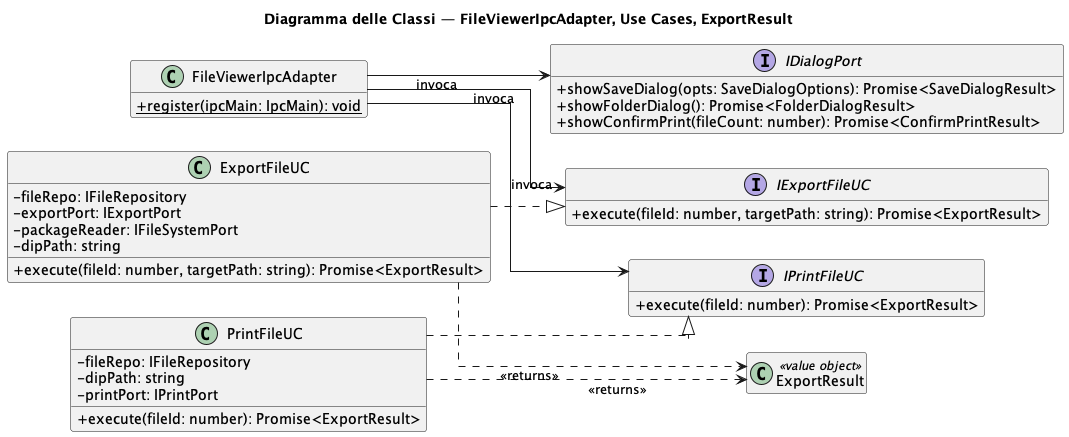
Earlier version of the PlantUML export out/3_PB/DocumentiEsterni/DiagrammiSpecificaTecnica/C4/C4_backend_Export/Export_IPC_Part1.png (7-ZPUs/Docs).
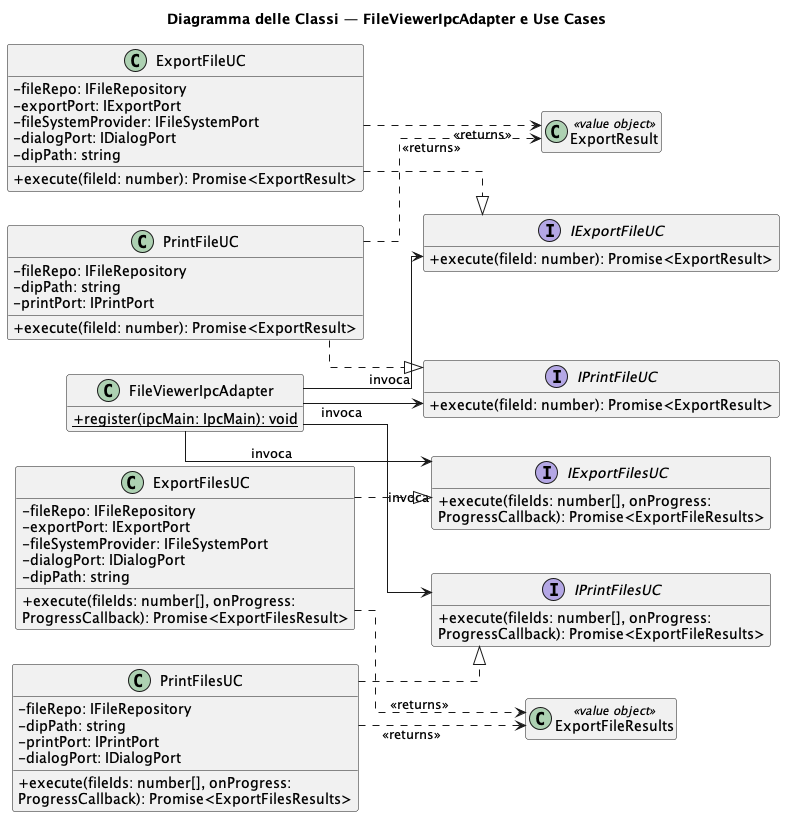
The same diagram one commit later.

Commit message:
Fix parte di Export

What changed in the source:
```diff
@@ -1,5 +1,5 @@
 @startuml Export_IPC_Part1
-title Diagramma delle Classi — FileViewerIpcAdapter, Use Cases, ExportResult
+title Diagramma delle Classi — FileViewerIpcAdapter e Use Cases
 skinparam classAttributeIconSize 0
 skinparam linetype ortho
 left to right direction
@@ -10,22 +10,36 @@
 }
 
 interface IExportFileUC {
-    + execute(fileId: number, targetPath: string): Promise<ExportResult>
+    + execute(fileId: number): Promise<ExportResult>
+}
+interface IExportFilesUC {
+    + execute(fileIds: number[], onProgress:
+    ProgressCallback): Promise<ExportFileResults>
 }
 interface IPrintFileUC {
     + execute(fileId: number): Promise<ExportResult>
 }
-interface IDialogPort {
-    + showSaveDialog(opts: SaveDialogOptions): Promise<SaveDialogResult>
-    + showFolderDialog(): Promise<FolderDialogResult>
-    + showConfirmPrint(fileCount: number): Promise<ConfirmPrintResult>
+interface IPrintFilesUC {
+    + execute(fileIds: number[], onProgress:
+    ProgressCallback): Promise<ExportFileResults>
 }
+
 class ExportFileUC {
     - fileRepo: IFileRepository
     - exportPort: IExportPort
-    - packageReader: IFileSystemPort
+    - fileSystemProvider: IFileSystemPort
+    - dialogPort: IDialogPort
     - dipPath: string
-    + execute(fileId: number, targetPath: string): Promise<ExportResult>
+    + execute(fileId: number): Promise<ExportResult>
+}
+class ExportFilesUC {
+    - fileRepo: IFileRepository
+    - exportPort: IExportPort
+    - fileSystemProvider: IFileSystemPort
+    - dialogPort: IDialogPort
+    - dipPath: string
+    + execute(fileIds: number[], onProgress:
+    ProgressCallback): Promise<ExportFilesResult>
 }
 class PrintFileUC {
     - fileRepo: IFileRepository
@@ -33,13 +47,30 @@
     - printPort: IPrintPort
     + execute(fileId: number): Promise<ExportResult>
 }
+class PrintFilesUC {
+    - fileRepo: IFileRepository
+    - dipPath: string
+    - printPort: IPrintPort
+    - dialogPort: IDialogPort
+    + execute(fileIds: number[], onProgress:
+    ProgressCallback): Promise<ExportFilesResults>
+}
+
 class ExportResult <<value object>> {}
+class ExportFileResults <<value object>> {}
 
-FileViewerIpcAdapter --> IExportFileUC : invoca
-FileViewerIpcAdapter --> IPrintFileUC  : invoca
-FileViewerIpcAdapter --> IDialogPort   : invoca
-PrintFileUC  ..|> IPrintFileUC
-PrintFileUC  ..> ExportResult : <<returns>>
-ExportFileUC ..> ExportResult : <<returns>>
-ExportFileUC ..|> IExportFileUC
+FileViewerIpcAdapter --> IExportFileUC  : invoca
+FileViewerIpcAdapter --> IExportFilesUC : invoca
+FileViewerIpcAdapter --> IPrintFileUC   : invoca
+FileViewerIpcAdapter --> IPrintFilesUC  : invoca
+
+ExportFileUC  ..|> IExportFileUC
+ExportFilesUC ..|> IExportFilesUC
+PrintFileUC   ..|> IPrintFileUC
+PrintFilesUC  ..|> IPrintFilesUC
+
+ExportFileUC  ..> ExportResult      : <<returns>>
+ExportFilesUC ..> ExportFileResults : <<returns>>
+PrintFileUC   ..> ExportResult      : <<returns>>
+PrintFilesUC  ..> ExportFileResults  : <<returns>>
 @enduml
```
